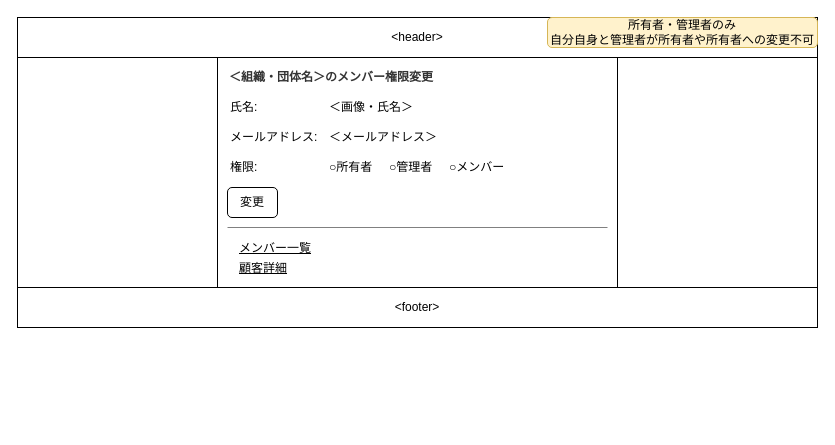
This is 設計/画面設計/メンバー権限変更.drawio from nightonlypj/rails-app-origin, a draw.io file, before an edit. Source tidied: cells renumbered, new cells numbered last; positions are measured from the earlier drawing's top-left corner, leaving out a move shared by most shapes. Both pictures are drawn from the tidied source at 100%, with x=0, y=0 at pixel (17, 17).
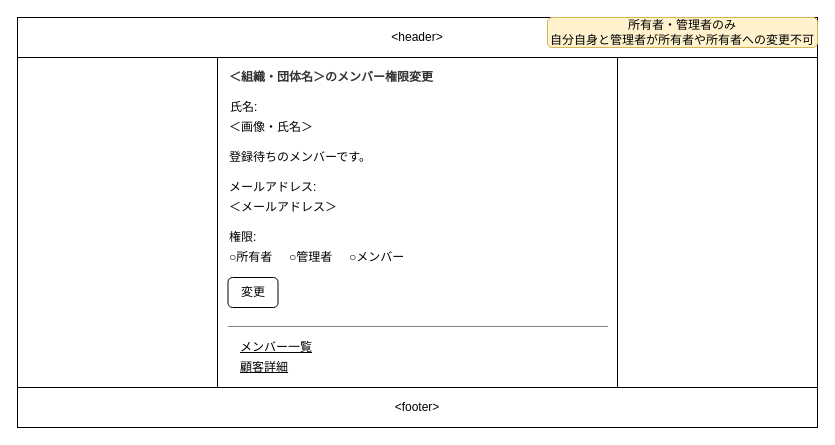
The same diagram, later.

What changed in the source:
```diff
@@
     <mxCell id="3" value="&amp;lt;footer&amp;gt;" style="rounded=0;whiteSpace=wrap;html=1;fillColor=none;" parent="1" vertex="1">
-      <mxGeometry y="270" width="800" height="40" as="geometry" />
+      <mxGeometry y="370" width="800" height="40" as="geometry" />
     </mxCell>
     <mxCell id="4" style="rounded=0;whiteSpace=wrap;html=1;fillColor=none;" parent="1" vertex="1">
-      <mxGeometry x="200" y="40" width="400" height="230" as="geometry" />
+      <mxGeometry x="200" y="40" width="400" height="330" as="geometry" />
     </mxCell>
     <mxCell id="5" style="rounded=0;whiteSpace=wrap;html=1;fillColor=none;" parent="1" vertex="1">
-      <mxGeometry y="40" width="200" height="230" as="geometry" />
+      <mxGeometry y="40" width="200" height="330" as="geometry" />
     </mxCell>
     <mxCell id="6" style="rounded=0;whiteSpace=wrap;html=1;fillColor=none;" parent="1" vertex="1">
-      <mxGeometry x="600" y="40" width="200" height="230" as="geometry" />
+      <mxGeometry x="600" y="40" width="200" height="330" as="geometry" />
     </mxCell>
@@
     <mxCell id="8" value="変更" style="rounded=1;whiteSpace=wrap;html=1;align=center;" parent="1" vertex="1">
-      <mxGeometry x="210" y="170" width="50" height="30" as="geometry" />
+      <mxGeometry x="210.5" y="260" width="50" height="30" as="geometry" />
     </mxCell>
     <mxCell id="9" value="&lt;u&gt;メンバー一覧&lt;/u&gt;" style="text;html=1;strokeColor=none;fillColor=none;align=left;verticalAlign=middle;whiteSpace=wrap;rounded=0;" parent="1" vertex="1">
-      <mxGeometry x="220" y="221" width="80" height="20" as="geometry" />
+      <mxGeometry x="220.5" y="320" width="80" height="20" as="geometry" />
     </mxCell>
     <mxCell id="10" style="endArrow=none;html=1;strokeColor=#808080;" parent="1" edge="1">
       <mxGeometry relative="1" as="geometry">
-        <mxPoint x="210" y="210" as="sourcePoint" />
-        <mxPoint x="590" y="210" as="targetPoint" />
+        <mxPoint x="210.5" y="309" as="sourcePoint" />
+        <mxPoint x="590.5" y="309" as="targetPoint" />
       </mxGeometry>
     </mxCell>
     <mxCell id="11" value="&lt;u&gt;顧客詳細&lt;/u&gt;" style="text;html=1;strokeColor=none;fillColor=none;align=left;verticalAlign=middle;whiteSpace=wrap;rounded=0;" parent="1" vertex="1">
-      <mxGeometry x="220" y="241" width="60" height="20" as="geometry" />
+      <mxGeometry x="220.5" y="340" width="60" height="20" as="geometry" />
     </mxCell>
     <mxCell id="12" value="○所有者" style="text;html=1;strokeColor=none;fillColor=none;align=left;verticalAlign=middle;whiteSpace=wrap;rounded=0;" parent="1" vertex="1">
-      <mxGeometry x="310" y="140" width="60" height="20" as="geometry" />
+      <mxGeometry x="209.5" y="230" width="60" height="20" as="geometry" />
     </mxCell>
     <mxCell id="13" value="&lt;span&gt;権限:&lt;/span&gt;" style="text;html=1;strokeColor=none;fillColor=none;align=left;verticalAlign=middle;whiteSpace=wrap;rounded=0;" parent="1" vertex="1">
-      <mxGeometry x="211" y="140" width="39" height="20" as="geometry" />
+      <mxGeometry x="209.5" y="210" width="39" height="20" as="geometry" />
     </mxCell>
     <mxCell id="14" value="○管理者" style="text;html=1;strokeColor=none;fillColor=none;align=left;verticalAlign=middle;whiteSpace=wrap;rounded=0;" parent="1" vertex="1">
-      <mxGeometry x="370" y="140" width="60" height="20" as="geometry" />
+      <mxGeometry x="269.5" y="230" width="60" height="20" as="geometry" />
     </mxCell>
     <mxCell id="15" value="○メンバー" style="text;html=1;strokeColor=none;fillColor=none;align=left;verticalAlign=middle;whiteSpace=wrap;rounded=0;" parent="1" vertex="1">
-      <mxGeometry x="430" y="140" width="70" height="20" as="geometry" />
+      <mxGeometry x="329.5" y="230" width="70" height="20" as="geometry" />
     </mxCell>
     <mxCell id="16" value="＜画像・氏名＞" style="text;html=1;strokeColor=none;fillColor=none;align=left;verticalAlign=middle;whiteSpace=wrap;rounded=0;" parent="1" vertex="1">
-      <mxGeometry x="310" y="80" width="90" height="20" as="geometry" />
+      <mxGeometry x="210" y="100" width="90" height="20" as="geometry" />
     </mxCell>
@@
     <mxCell id="18" value="＜メールアドレス＞" style="text;html=1;strokeColor=none;fillColor=none;align=left;verticalAlign=middle;whiteSpace=wrap;rounded=0;" parent="1" vertex="1">
-      <mxGeometry x="310" y="110" width="120" height="20" as="geometry" />
+      <mxGeometry x="209.5" y="180" width="120" height="20" as="geometry" />
     </mxCell>
     <mxCell id="19" value="&lt;span&gt;メールアドレス:&lt;/span&gt;" style="text;html=1;strokeColor=none;fillColor=none;align=left;verticalAlign=middle;whiteSpace=wrap;rounded=0;" parent="1" vertex="1">
-      <mxGeometry x="211" y="110" width="99" height="20" as="geometry" />
+      <mxGeometry x="209.5" y="160" width="99" height="20" as="geometry" />
     </mxCell>
@@
+    <mxCell id="21" value="登録待ちのメンバーです。" style="text;html=1;strokeColor=none;fillColor=none;align=left;verticalAlign=middle;whiteSpace=wrap;rounded=0;" parent="1" vertex="1">
+      <mxGeometry x="209.5" y="130" width="149" height="20" as="geometry" />
+    </mxCell>
```
